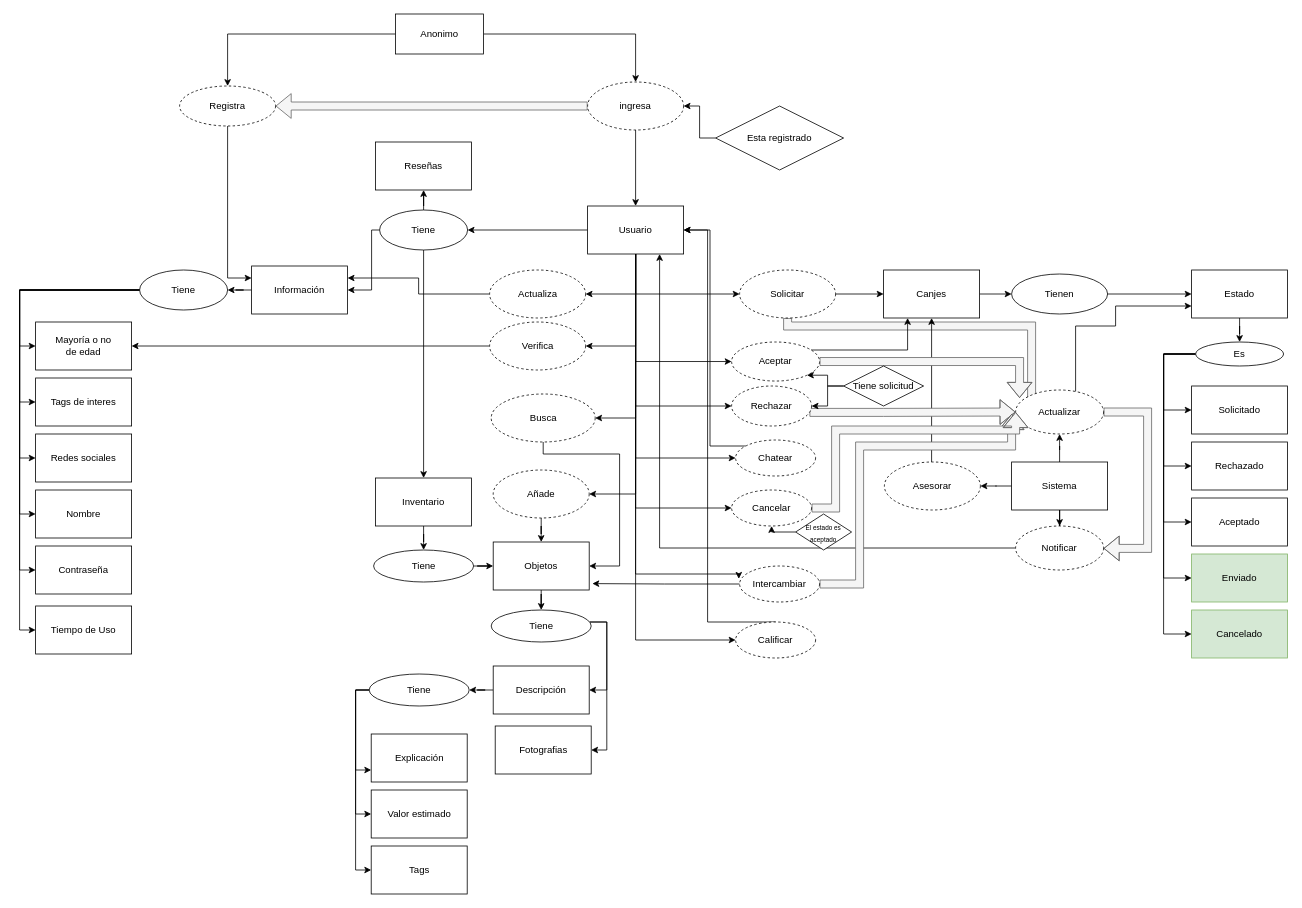
The draw.io diagram Mapa-preconceptual/Mapa-preconceptual.drawio in PabloRestrepo01/GreenLace, before the edit. Source tidied: cells renumbered, new cells numbered last; positions are measured from the earlier drawing's top-left corner, leaving out a move shared by most shapes. Both pictures are drawn from the tidied source at 80%, with x=0, y=0 at pixel (35, 14).
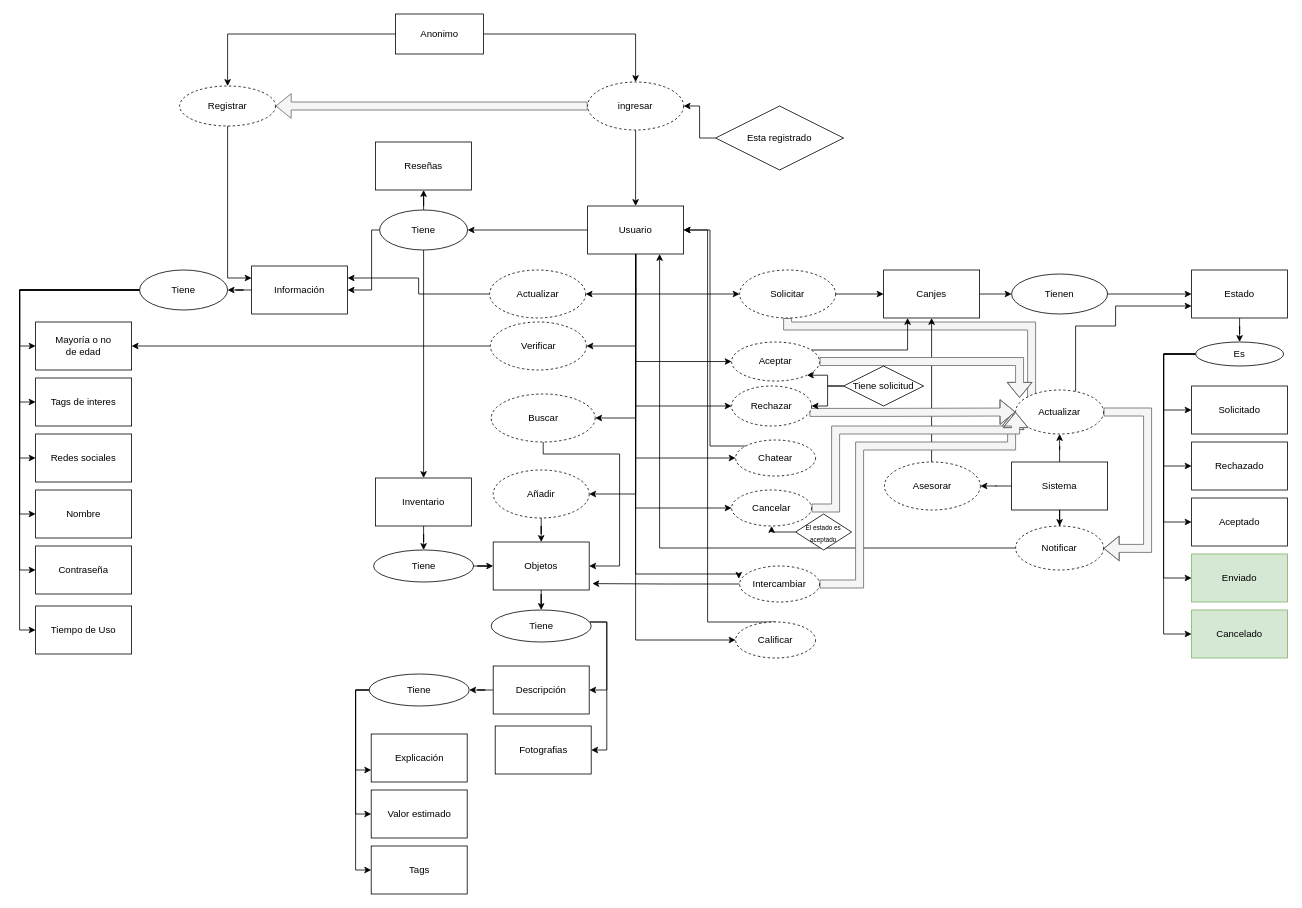
The same page after the edit.

What changed in the source:
```diff
@@
-    <mxCell id="16" value="Registra" style="ellipse;html=1;whiteSpace=wrap;dashed=1;" parent="1" vertex="1">
+    <mxCell id="16" value="Registrar" style="ellipse;html=1;whiteSpace=wrap;dashed=1;" parent="1" vertex="1">
       <mxGeometry x="180" y="90" width="120" height="50" as="geometry" />
     </mxCell>
@@
-    <mxCell id="32" value="Actualiza" style="ellipse;html=1;whiteSpace=wrap;dashed=1;" parent="1" vertex="1">
+    <mxCell id="32" value="Actualizar" style="ellipse;html=1;whiteSpace=wrap;dashed=1;" parent="1" vertex="1">
       <mxGeometry x="567.5" y="320" width="120" height="60" as="geometry" />
     </mxCell>
@@
-    <mxCell id="38" value="ingresa" style="ellipse;html=1;whiteSpace=wrap;dashed=1;" parent="1" vertex="1">
+    <mxCell id="38" value="ingresar" style="ellipse;html=1;whiteSpace=wrap;dashed=1;" parent="1" vertex="1">
       <mxGeometry x="690" y="85" width="120" height="60" as="geometry" />
     </mxCell>
@@
-    <mxCell id="42" value="Verifica" style="ellipse;html=1;whiteSpace=wrap;dashed=1;" parent="1" vertex="1">
-      <mxGeometry x="567.5" y="385" width="120" height="60" as="geometry" />
+    <mxCell id="42" value="Verificar" style="ellipse;html=1;whiteSpace=wrap;dashed=1;" parent="1" vertex="1">
+      <mxGeometry x="568.5" y="385" width="120" height="60" as="geometry" />
     </mxCell>
@@
-    <mxCell id="49" value="Añade" style="ellipse;html=1;whiteSpace=wrap;dashed=1;" parent="1" vertex="1">
+    <mxCell id="49" value="Añadir" style="ellipse;html=1;whiteSpace=wrap;dashed=1;" parent="1" vertex="1">
       <mxGeometry x="572" y="570" width="120" height="60" as="geometry" />
     </mxCell>
@@
-    <mxCell id="70" value="Busca" style="ellipse;html=1;whiteSpace=wrap;dashed=1;" parent="1" vertex="1">
+    <mxCell id="70" value="Buscar" style="ellipse;html=1;whiteSpace=wrap;dashed=1;" parent="1" vertex="1">
       <mxGeometry x="569.5" y="475" width="130" height="60" as="geometry" />
     </mxCell>
```
